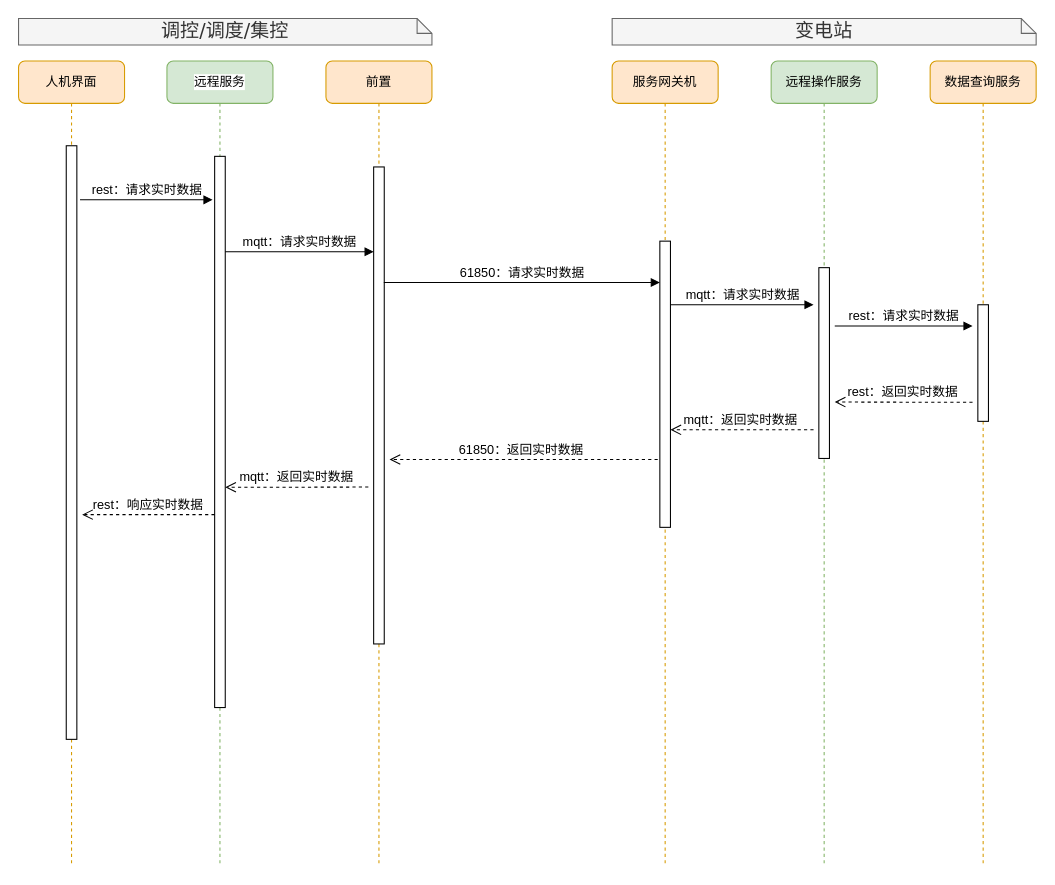
The draw.io diagram page "实时数据调阅" (2 of 3) of 远程服务.drawio in qwe995272801/taowenxiang, before the edit. Source tidied: cells renumbered, new cells numbered last; positions are measured from the earlier drawing's top-left corner, leaving out a move shared by most shapes. Both pictures are drawn from the tidied source at 106%, with x=0, y=0 at pixel (18, 18).
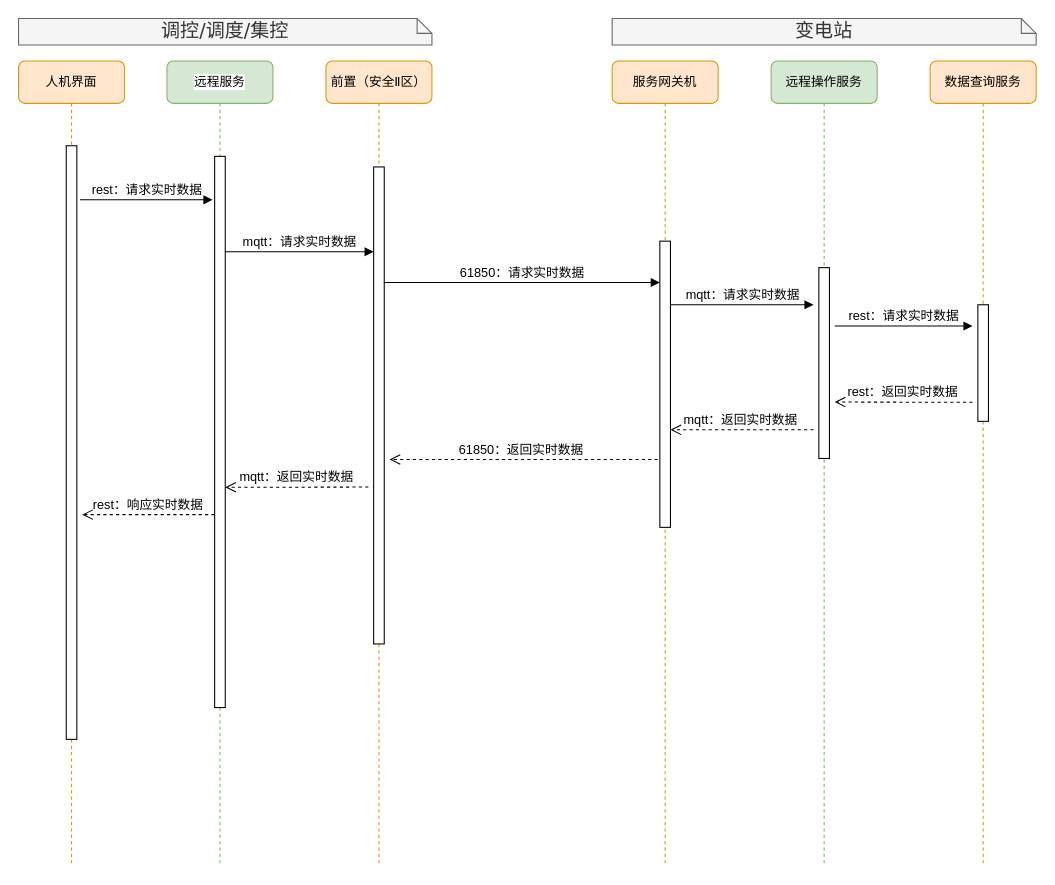
After the change.

The edit, as a diff of the source:
```diff
@@
-    <mxCell id="4" value="前置" style="shape=umlLifeline;perimeter=lifelinePerimeter;whiteSpace=wrap;html=1;rounded=1;shadow=0;comic=0;labelBackgroundColor=none;strokeWidth=1;fontFamily=Verdana;fontSize=12;align=center;fillColor=#ffe6cc;strokeColor=#d79b00;" parent="1" vertex="1">
+    <mxCell id="4" value="前置（安全Ⅱ区）" style="shape=umlLifeline;perimeter=lifelinePerimeter;whiteSpace=wrap;html=1;rounded=1;shadow=0;comic=0;labelBackgroundColor=none;strokeWidth=1;fontFamily=Verdana;fontSize=12;align=center;fillColor=#ffe6cc;strokeColor=#d79b00;" parent="1" vertex="1">
       <mxGeometry x="290" y="40" width="100" height="760" as="geometry" />
     </mxCell>
```
